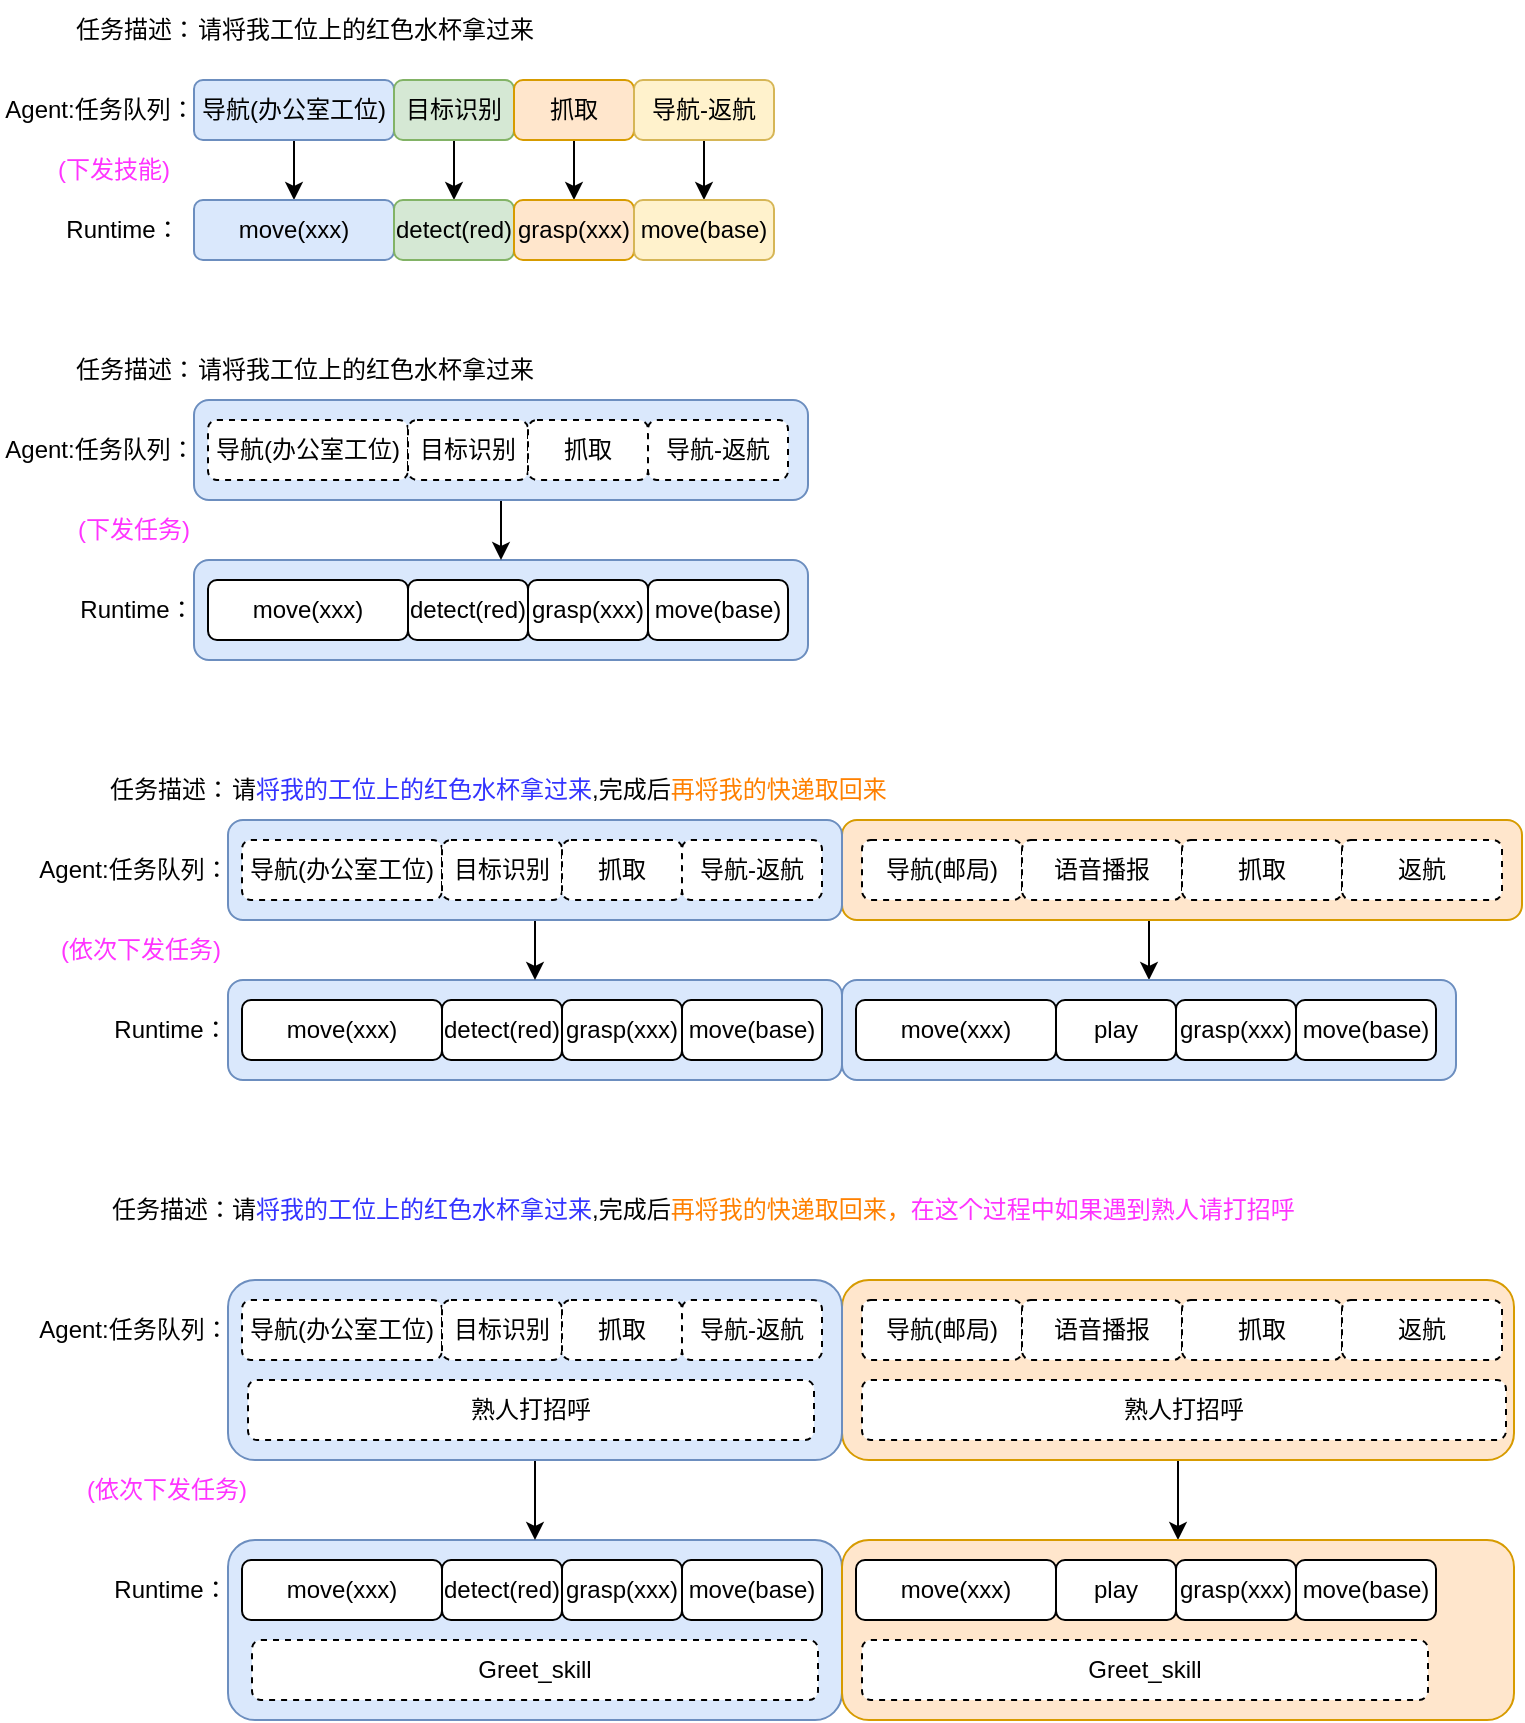
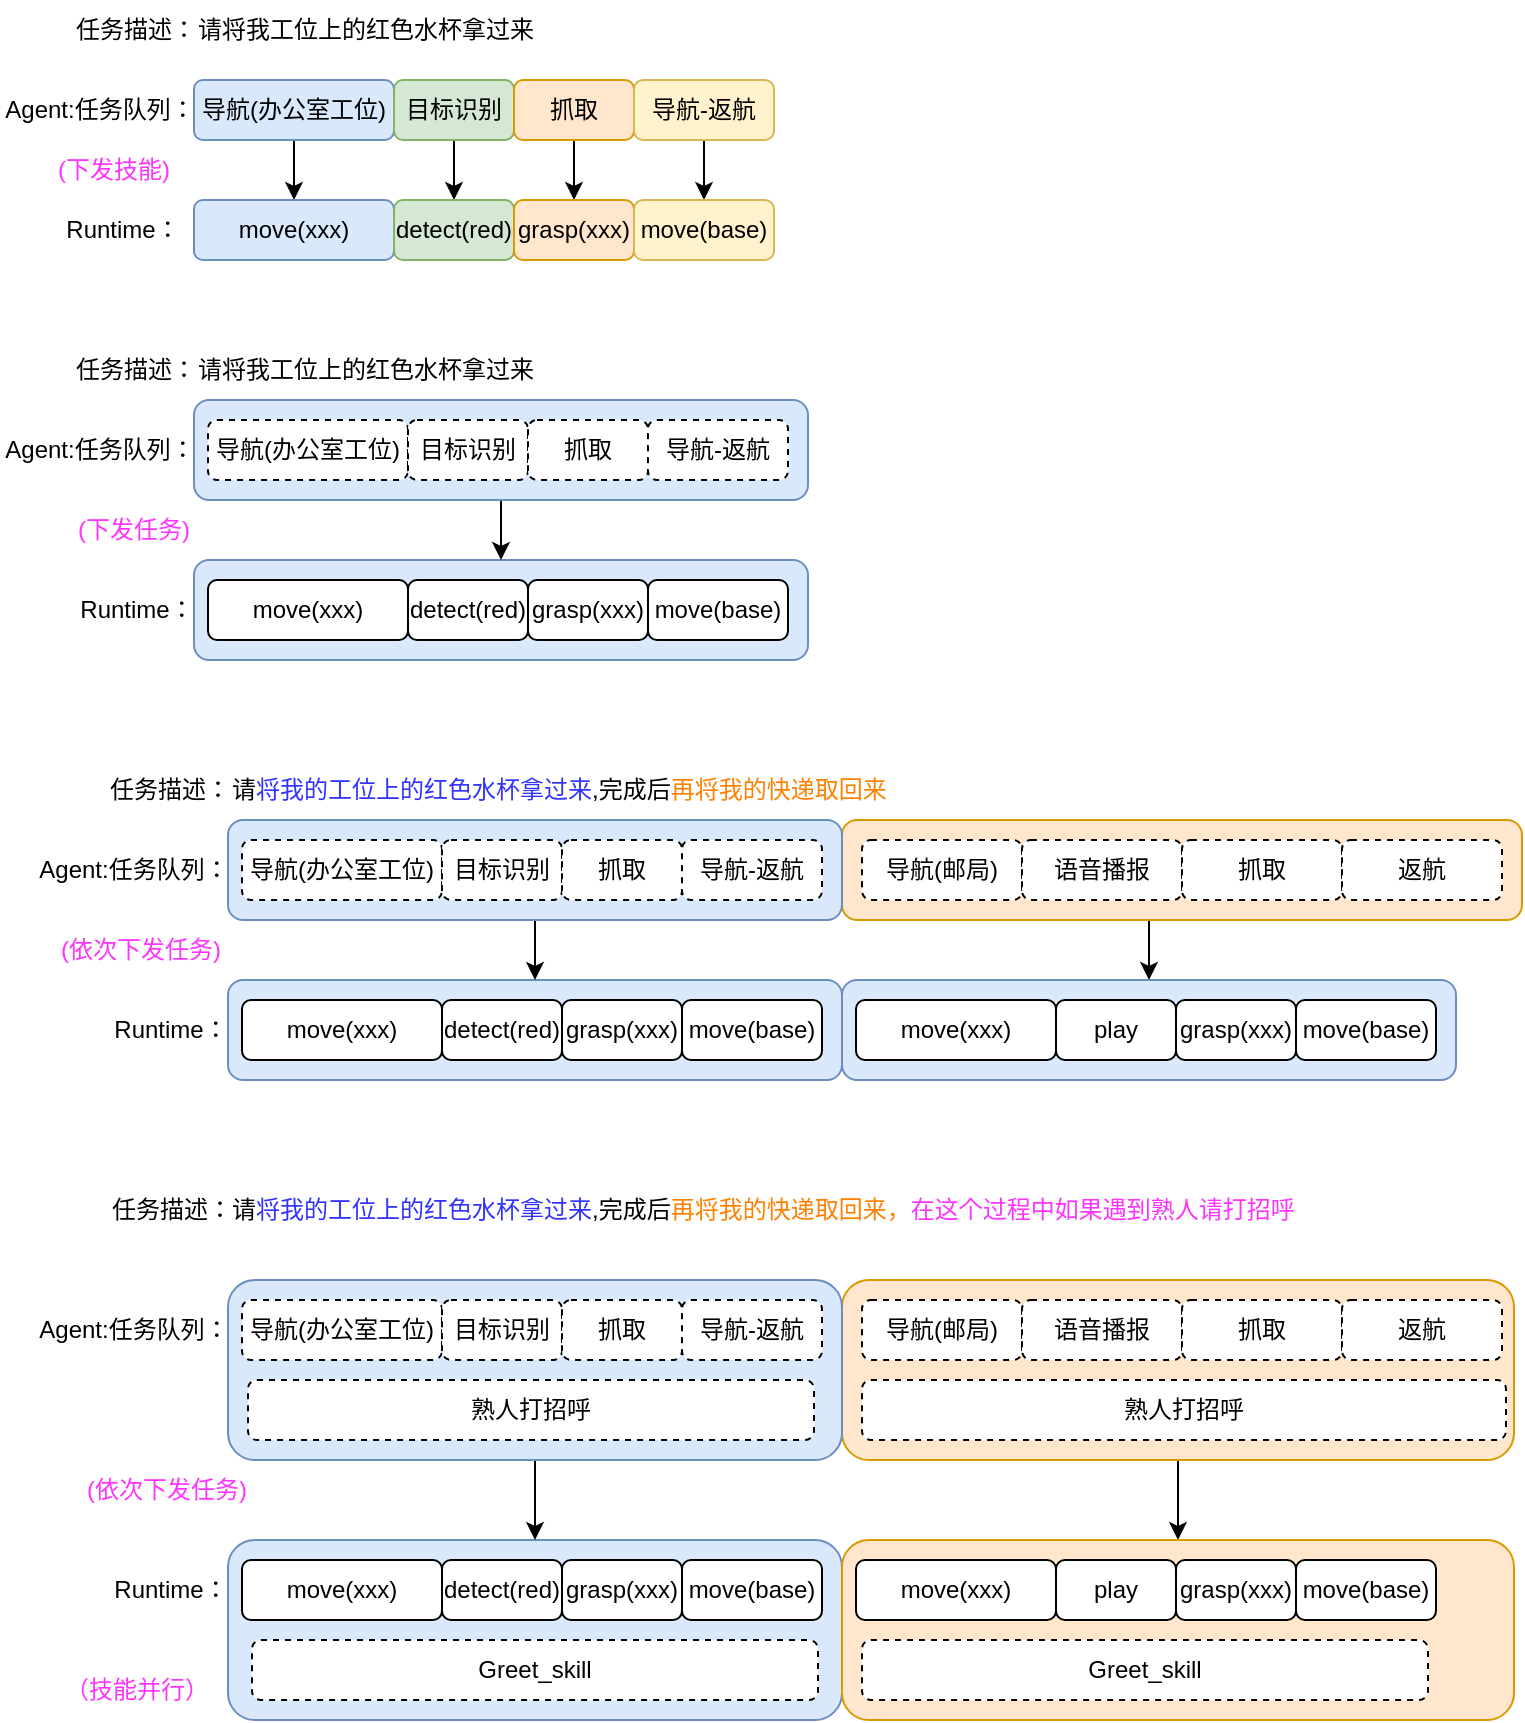
<mxfile host="app.diagrams.net">
  <diagram name="第 1 页" id="AqDmRzZVIJ-5uyctXJOA">
    <mxGraphModel dx="1120" dy="637" grid="1" gridSize="10" guides="1" tooltips="1" connect="1" arrows="1" fold="1" page="1" pageScale="1" pageWidth="2339" pageHeight="3300" math="0" shadow="0">
      <root>
        <mxCell id="0" />
        <mxCell id="1" parent="0" />
        <mxCell id="TX6EBbOIm9mCNyf-wsjQ-69" edge="1" parent="1" source="TX6EBbOIm9mCNyf-wsjQ-63" style="edgeStyle=orthogonalEdgeStyle;rounded=0;orthogonalLoop=1;jettySize=auto;html=1;exitX=0.5;exitY=1;exitDx=0;exitDy=0;entryX=0.5;entryY=0;entryDx=0;entryDy=0;" target="TX6EBbOIm9mCNyf-wsjQ-64">
          <mxGeometry relative="1" as="geometry" />
        </mxCell>
        <mxCell id="TX6EBbOIm9mCNyf-wsjQ-63" parent="1" style="rounded=1;whiteSpace=wrap;html=1;fillColor=#ffe6cc;strokeColor=#d79b00;" value="" vertex="1">
          <mxGeometry height="50" width="340" x="444" y="740" as="geometry" />
        </mxCell>
        <mxCell id="TX6EBbOIm9mCNyf-wsjQ-37" parent="1" style="rounded=1;whiteSpace=wrap;html=1;fillColor=#dae8fc;strokeColor=#6c8ebf;" value="" vertex="1">
          <mxGeometry height="50" width="307" x="120" y="610" as="geometry" />
        </mxCell>
        <mxCell id="TX6EBbOIm9mCNyf-wsjQ-38" edge="1" parent="1" source="TX6EBbOIm9mCNyf-wsjQ-36" style="edgeStyle=orthogonalEdgeStyle;rounded=0;orthogonalLoop=1;jettySize=auto;html=1;exitX=0.5;exitY=1;exitDx=0;exitDy=0;entryX=0.5;entryY=0;entryDx=0;entryDy=0;" target="TX6EBbOIm9mCNyf-wsjQ-37">
          <mxGeometry relative="1" as="geometry" />
        </mxCell>
        <mxCell id="TX6EBbOIm9mCNyf-wsjQ-36" parent="1" style="rounded=1;whiteSpace=wrap;html=1;fillColor=#dae8fc;strokeColor=#6c8ebf;" value="" vertex="1">
          <mxGeometry height="50" width="307" x="120" y="530" as="geometry" />
        </mxCell>
        <mxCell id="TX6EBbOIm9mCNyf-wsjQ-15" edge="1" parent="1" source="TX6EBbOIm9mCNyf-wsjQ-1" style="edgeStyle=orthogonalEdgeStyle;rounded=0;orthogonalLoop=1;jettySize=auto;html=1;exitX=0.5;exitY=1;exitDx=0;exitDy=0;entryX=0.5;entryY=0;entryDx=0;entryDy=0;" target="TX6EBbOIm9mCNyf-wsjQ-11">
          <mxGeometry relative="1" as="geometry" />
        </mxCell>
        <mxCell id="TX6EBbOIm9mCNyf-wsjQ-1" parent="1" style="rounded=1;whiteSpace=wrap;html=1;fillColor=#dae8fc;strokeColor=#6c8ebf;" value="导航(办公室工位)" vertex="1">
          <mxGeometry height="30" width="100" x="120" y="370" as="geometry" />
        </mxCell>
        <mxCell id="TX6EBbOIm9mCNyf-wsjQ-2" parent="1" style="text;html=1;whiteSpace=wrap;strokeColor=none;fillColor=none;align=center;verticalAlign=middle;rounded=0;" value="Agent:任务队列：" vertex="1">
          <mxGeometry height="30" width="100" x="23" y="370" as="geometry" />
        </mxCell>
        <mxCell id="TX6EBbOIm9mCNyf-wsjQ-3" parent="1" style="text;html=1;whiteSpace=wrap;strokeColor=none;fillColor=none;align=center;verticalAlign=middle;rounded=0;" value="任务描述：" vertex="1">
          <mxGeometry height="30" width="70" x="56" y="330" as="geometry" />
        </mxCell>
        <mxCell id="TX6EBbOIm9mCNyf-wsjQ-4" parent="1" style="text;html=1;whiteSpace=wrap;strokeColor=none;fillColor=none;align=left;verticalAlign=middle;rounded=0;" value="请将我工位上的红色水杯拿过来" vertex="1">
          <mxGeometry height="30" width="220" x="120" y="330" as="geometry" />
        </mxCell>
        <mxCell id="TX6EBbOIm9mCNyf-wsjQ-16" edge="1" parent="1" source="TX6EBbOIm9mCNyf-wsjQ-5" style="edgeStyle=orthogonalEdgeStyle;rounded=0;orthogonalLoop=1;jettySize=auto;html=1;exitX=0.5;exitY=1;exitDx=0;exitDy=0;entryX=0.5;entryY=0;entryDx=0;entryDy=0;" target="TX6EBbOIm9mCNyf-wsjQ-12">
          <mxGeometry relative="1" as="geometry" />
        </mxCell>
        <mxCell id="TX6EBbOIm9mCNyf-wsjQ-5" parent="1" style="rounded=1;whiteSpace=wrap;html=1;fillColor=#d5e8d4;strokeColor=#82b366;" value="目标识别" vertex="1">
          <mxGeometry height="30" width="60" x="220" y="370" as="geometry" />
        </mxCell>
        <mxCell id="TX6EBbOIm9mCNyf-wsjQ-17" edge="1" parent="1" source="TX6EBbOIm9mCNyf-wsjQ-6" style="edgeStyle=orthogonalEdgeStyle;rounded=0;orthogonalLoop=1;jettySize=auto;html=1;exitX=0.5;exitY=1;exitDx=0;exitDy=0;entryX=0.5;entryY=0;entryDx=0;entryDy=0;" target="TX6EBbOIm9mCNyf-wsjQ-13">
          <mxGeometry relative="1" as="geometry" />
        </mxCell>
        <mxCell id="TX6EBbOIm9mCNyf-wsjQ-6" parent="1" style="rounded=1;whiteSpace=wrap;html=1;fillColor=#ffe6cc;strokeColor=#d79b00;" value="抓取" vertex="1">
          <mxGeometry height="30" width="60" x="280" y="370" as="geometry" />
        </mxCell>
        <mxCell id="TX6EBbOIm9mCNyf-wsjQ-18" edge="1" parent="1" source="TX6EBbOIm9mCNyf-wsjQ-7" style="edgeStyle=orthogonalEdgeStyle;rounded=0;orthogonalLoop=1;jettySize=auto;html=1;exitX=0.5;exitY=1;exitDx=0;exitDy=0;entryX=0.5;entryY=0;entryDx=0;entryDy=0;" target="TX6EBbOIm9mCNyf-wsjQ-14">
          <mxGeometry relative="1" as="geometry" />
        </mxCell>
        <mxCell id="TX6EBbOIm9mCNyf-wsjQ-7" parent="1" style="rounded=1;whiteSpace=wrap;html=1;fillColor=#fff2cc;strokeColor=#d6b656;" value="导航-返航" vertex="1">
          <mxGeometry height="30" width="70" x="340" y="370" as="geometry" />
        </mxCell>
        <mxCell id="TX6EBbOIm9mCNyf-wsjQ-8" parent="1" style="text;html=1;whiteSpace=wrap;strokeColor=none;fillColor=none;align=center;verticalAlign=middle;rounded=0;" value="Runtime：" vertex="1">
          <mxGeometry height="30" width="57" x="56" y="430" as="geometry" />
        </mxCell>
        <mxCell id="TX6EBbOIm9mCNyf-wsjQ-11" parent="1" style="rounded=1;whiteSpace=wrap;html=1;fillColor=#dae8fc;strokeColor=#6c8ebf;" value="move(xxx)" vertex="1">
          <mxGeometry height="30" width="100" x="120" y="430" as="geometry" />
        </mxCell>
        <mxCell id="TX6EBbOIm9mCNyf-wsjQ-12" parent="1" style="rounded=1;whiteSpace=wrap;html=1;fillColor=#d5e8d4;strokeColor=#82b366;" value="detect(red)" vertex="1">
          <mxGeometry height="30" width="60" x="220" y="430" as="geometry" />
        </mxCell>
        <mxCell id="TX6EBbOIm9mCNyf-wsjQ-13" parent="1" style="rounded=1;whiteSpace=wrap;html=1;fillColor=#ffe6cc;strokeColor=#d79b00;" value="grasp(xxx)" vertex="1">
          <mxGeometry height="30" width="60" x="280" y="430" as="geometry" />
        </mxCell>
        <mxCell id="TX6EBbOIm9mCNyf-wsjQ-14" parent="1" style="rounded=1;whiteSpace=wrap;html=1;fillColor=#fff2cc;strokeColor=#d6b656;" value="move(base)" vertex="1">
          <mxGeometry height="30" width="70" x="340" y="430" as="geometry" />
        </mxCell>
        <mxCell id="TX6EBbOIm9mCNyf-wsjQ-19" parent="1" style="text;html=1;whiteSpace=wrap;strokeColor=none;fillColor=none;align=left;verticalAlign=middle;rounded=0;" value="请将我工位上的红色水杯拿过来" vertex="1">
          <mxGeometry height="30" width="220" x="120" y="500" as="geometry" />
        </mxCell>
        <mxCell id="TX6EBbOIm9mCNyf-wsjQ-20" parent="1" style="text;html=1;whiteSpace=wrap;strokeColor=none;fillColor=none;align=center;verticalAlign=middle;rounded=0;" value="任务描述：" vertex="1">
          <mxGeometry height="30" width="70" x="56" y="500" as="geometry" />
        </mxCell>
        <mxCell id="TX6EBbOIm9mCNyf-wsjQ-22" parent="1" style="rounded=1;whiteSpace=wrap;html=1;dashed=1;" value="导航(办公室工位)" vertex="1">
          <mxGeometry height="30" width="100" x="127" y="540" as="geometry" />
        </mxCell>
        <mxCell id="TX6EBbOIm9mCNyf-wsjQ-23" parent="1" style="text;html=1;whiteSpace=wrap;strokeColor=none;fillColor=none;align=center;verticalAlign=middle;rounded=0;" value="Agent:任务队列：" vertex="1">
          <mxGeometry height="30" width="100" x="23" y="540" as="geometry" />
        </mxCell>
        <mxCell id="TX6EBbOIm9mCNyf-wsjQ-25" parent="1" style="rounded=1;whiteSpace=wrap;html=1;dashed=1;" value="目标识别" vertex="1">
          <mxGeometry height="30" width="60" x="227" y="540" as="geometry" />
        </mxCell>
        <mxCell id="TX6EBbOIm9mCNyf-wsjQ-27" parent="1" style="rounded=1;whiteSpace=wrap;html=1;dashed=1;" value="抓取" vertex="1">
          <mxGeometry height="30" width="60" x="287" y="540" as="geometry" />
        </mxCell>
        <mxCell id="TX6EBbOIm9mCNyf-wsjQ-29" parent="1" style="rounded=1;whiteSpace=wrap;html=1;dashed=1;" value="导航-返航" vertex="1">
          <mxGeometry height="30" width="70" x="347" y="540" as="geometry" />
        </mxCell>
        <mxCell id="TX6EBbOIm9mCNyf-wsjQ-30" parent="1" style="text;html=1;whiteSpace=wrap;strokeColor=none;fillColor=none;align=center;verticalAlign=middle;rounded=0;" value="Runtime：" vertex="1">
          <mxGeometry height="30" width="57" x="62.5" y="620" as="geometry" />
        </mxCell>
        <mxCell id="TX6EBbOIm9mCNyf-wsjQ-31" parent="1" style="rounded=1;whiteSpace=wrap;html=1;" value="move(xxx)" vertex="1">
          <mxGeometry height="30" width="100" x="127" y="620" as="geometry" />
        </mxCell>
        <mxCell id="TX6EBbOIm9mCNyf-wsjQ-32" parent="1" style="rounded=1;whiteSpace=wrap;html=1;" value="detect(red)" vertex="1">
          <mxGeometry height="30" width="60" x="227" y="620" as="geometry" />
        </mxCell>
        <mxCell id="TX6EBbOIm9mCNyf-wsjQ-33" parent="1" style="rounded=1;whiteSpace=wrap;html=1;" value="grasp(xxx)" vertex="1">
          <mxGeometry height="30" width="60" x="287" y="620" as="geometry" />
        </mxCell>
        <mxCell id="TX6EBbOIm9mCNyf-wsjQ-34" parent="1" style="rounded=1;whiteSpace=wrap;html=1;" value="move(base)" vertex="1">
          <mxGeometry height="30" width="70" x="347" y="620" as="geometry" />
        </mxCell>
        <mxCell id="TX6EBbOIm9mCNyf-wsjQ-35" parent="1" style="text;html=1;whiteSpace=wrap;strokeColor=none;fillColor=none;align=center;verticalAlign=middle;rounded=0;fontColor=#FF33FF;" value="(下发技能)" vertex="1">
          <mxGeometry height="30" width="60" x="50" y="400" as="geometry" />
        </mxCell>
        <mxCell id="TX6EBbOIm9mCNyf-wsjQ-39" parent="1" style="text;html=1;whiteSpace=wrap;strokeColor=none;fillColor=none;align=center;verticalAlign=middle;rounded=0;fontColor=#FF33FF;" value="(下发任务)" vertex="1">
          <mxGeometry height="30" width="60" x="59.5" y="580" as="geometry" />
        </mxCell>
        <mxCell id="TX6EBbOIm9mCNyf-wsjQ-40" parent="1" style="rounded=1;whiteSpace=wrap;html=1;fillColor=#dae8fc;strokeColor=#6c8ebf;" value="" vertex="1">
          <mxGeometry height="50" width="307" x="137" y="820" as="geometry" />
        </mxCell>
        <mxCell id="TX6EBbOIm9mCNyf-wsjQ-41" edge="1" parent="1" source="TX6EBbOIm9mCNyf-wsjQ-42" style="edgeStyle=orthogonalEdgeStyle;rounded=0;orthogonalLoop=1;jettySize=auto;html=1;exitX=0.5;exitY=1;exitDx=0;exitDy=0;entryX=0.5;entryY=0;entryDx=0;entryDy=0;" target="TX6EBbOIm9mCNyf-wsjQ-40">
          <mxGeometry relative="1" as="geometry" />
        </mxCell>
        <mxCell id="TX6EBbOIm9mCNyf-wsjQ-42" parent="1" style="rounded=1;whiteSpace=wrap;html=1;fillColor=#dae8fc;strokeColor=#6c8ebf;" value="" vertex="1">
          <mxGeometry height="50" width="307" x="137" y="740" as="geometry" />
        </mxCell>
        <mxCell id="TX6EBbOIm9mCNyf-wsjQ-43" parent="1" style="text;html=1;whiteSpace=wrap;strokeColor=none;fillColor=none;align=left;verticalAlign=middle;rounded=0;" value="请&lt;font style=&quot;color: rgb(51, 51, 255);&quot;&gt;将我的工位上的红色水杯拿过来&lt;/font&gt;,完成后&lt;font style=&quot;color: rgb(255, 128, 0);&quot;&gt;再将我的快递取回来&lt;/font&gt;" vertex="1">
          <mxGeometry height="30" width="373" x="137" y="710" as="geometry" />
        </mxCell>
        <mxCell id="TX6EBbOIm9mCNyf-wsjQ-44" parent="1" style="text;html=1;whiteSpace=wrap;strokeColor=none;fillColor=none;align=center;verticalAlign=middle;rounded=0;" value="任务描述：" vertex="1">
          <mxGeometry height="30" width="70" x="73" y="710" as="geometry" />
        </mxCell>
        <mxCell id="TX6EBbOIm9mCNyf-wsjQ-45" parent="1" style="rounded=1;whiteSpace=wrap;html=1;dashed=1;" value="导航(办公室工位)" vertex="1">
          <mxGeometry height="30" width="100" x="144" y="750" as="geometry" />
        </mxCell>
        <mxCell id="TX6EBbOIm9mCNyf-wsjQ-46" parent="1" style="text;html=1;whiteSpace=wrap;strokeColor=none;fillColor=none;align=center;verticalAlign=middle;rounded=0;" value="Agent:任务队列：" vertex="1">
          <mxGeometry height="30" width="100" x="40" y="750" as="geometry" />
        </mxCell>
        <mxCell id="TX6EBbOIm9mCNyf-wsjQ-47" parent="1" style="rounded=1;whiteSpace=wrap;html=1;dashed=1;" value="目标识别" vertex="1">
          <mxGeometry height="30" width="60" x="244" y="750" as="geometry" />
        </mxCell>
        <mxCell id="TX6EBbOIm9mCNyf-wsjQ-48" parent="1" style="rounded=1;whiteSpace=wrap;html=1;dashed=1;" value="抓取" vertex="1">
          <mxGeometry height="30" width="60" x="304" y="750" as="geometry" />
        </mxCell>
        <mxCell id="TX6EBbOIm9mCNyf-wsjQ-49" parent="1" style="rounded=1;whiteSpace=wrap;html=1;dashed=1;" value="导航-返航" vertex="1">
          <mxGeometry height="30" width="70" x="364" y="750" as="geometry" />
        </mxCell>
        <mxCell id="TX6EBbOIm9mCNyf-wsjQ-50" parent="1" style="text;html=1;whiteSpace=wrap;strokeColor=none;fillColor=none;align=center;verticalAlign=middle;rounded=0;" value="Runtime：" vertex="1">
          <mxGeometry height="30" width="57" x="79.5" y="830" as="geometry" />
        </mxCell>
        <mxCell id="TX6EBbOIm9mCNyf-wsjQ-51" parent="1" style="rounded=1;whiteSpace=wrap;html=1;" value="move(xxx)" vertex="1">
          <mxGeometry height="30" width="100" x="144" y="830" as="geometry" />
        </mxCell>
        <mxCell id="TX6EBbOIm9mCNyf-wsjQ-52" parent="1" style="rounded=1;whiteSpace=wrap;html=1;" value="detect(red)" vertex="1">
          <mxGeometry height="30" width="60" x="244" y="830" as="geometry" />
        </mxCell>
        <mxCell id="TX6EBbOIm9mCNyf-wsjQ-53" parent="1" style="rounded=1;whiteSpace=wrap;html=1;" value="grasp(xxx)" vertex="1">
          <mxGeometry height="30" width="60" x="304" y="830" as="geometry" />
        </mxCell>
        <mxCell id="TX6EBbOIm9mCNyf-wsjQ-54" parent="1" style="rounded=1;whiteSpace=wrap;html=1;" value="move(base)" vertex="1">
          <mxGeometry height="30" width="70" x="364" y="830" as="geometry" />
        </mxCell>
        <mxCell id="TX6EBbOIm9mCNyf-wsjQ-55" parent="1" style="text;html=1;whiteSpace=wrap;strokeColor=none;fillColor=none;align=center;verticalAlign=middle;rounded=0;fontColor=#FF33FF;" value="(依次下发任务)" vertex="1">
          <mxGeometry height="30" width="86.5" x="50" y="790" as="geometry" />
        </mxCell>
        <mxCell id="TX6EBbOIm9mCNyf-wsjQ-56" parent="1" style="rounded=1;whiteSpace=wrap;html=1;dashed=1;" value="导航(邮局)" vertex="1">
          <mxGeometry height="30" width="80" x="454" y="750" as="geometry" />
        </mxCell>
        <mxCell id="TX6EBbOIm9mCNyf-wsjQ-60" parent="1" style="rounded=1;whiteSpace=wrap;html=1;dashed=1;" value="语音播报" vertex="1">
          <mxGeometry height="30" width="80" x="534" y="750" as="geometry" />
        </mxCell>
        <mxCell id="TX6EBbOIm9mCNyf-wsjQ-61" parent="1" style="rounded=1;whiteSpace=wrap;html=1;dashed=1;" value="抓取" vertex="1">
          <mxGeometry height="30" width="80" x="614" y="750" as="geometry" />
        </mxCell>
        <mxCell id="TX6EBbOIm9mCNyf-wsjQ-62" parent="1" style="rounded=1;whiteSpace=wrap;html=1;dashed=1;" value="返航" vertex="1">
          <mxGeometry height="30" width="80" x="694" y="750" as="geometry" />
        </mxCell>
        <mxCell id="TX6EBbOIm9mCNyf-wsjQ-64" parent="1" style="rounded=1;whiteSpace=wrap;html=1;fillColor=#dae8fc;strokeColor=#6c8ebf;" value="" vertex="1">
          <mxGeometry height="50" width="307" x="444" y="820" as="geometry" />
        </mxCell>
        <mxCell id="TX6EBbOIm9mCNyf-wsjQ-65" parent="1" style="rounded=1;whiteSpace=wrap;html=1;" value="move(xxx)" vertex="1">
          <mxGeometry height="30" width="100" x="451" y="830" as="geometry" />
        </mxCell>
        <mxCell id="TX6EBbOIm9mCNyf-wsjQ-66" parent="1" style="rounded=1;whiteSpace=wrap;html=1;" value="play" vertex="1">
          <mxGeometry height="30" width="60" x="551" y="830" as="geometry" />
        </mxCell>
        <mxCell id="TX6EBbOIm9mCNyf-wsjQ-67" parent="1" style="rounded=1;whiteSpace=wrap;html=1;" value="grasp(xxx)" vertex="1">
          <mxGeometry height="30" width="60" x="611" y="830" as="geometry" />
        </mxCell>
        <mxCell id="TX6EBbOIm9mCNyf-wsjQ-68" parent="1" style="rounded=1;whiteSpace=wrap;html=1;" value="move(base)" vertex="1">
          <mxGeometry height="30" width="70" x="671" y="830" as="geometry" />
        </mxCell>
        <mxCell id="TX6EBbOIm9mCNyf-wsjQ-70" parent="1" style="text;html=1;whiteSpace=wrap;strokeColor=none;fillColor=none;align=left;verticalAlign=middle;rounded=0;" value="请&lt;font style=&quot;color: rgb(51, 51, 255);&quot;&gt;将我的工位上的红色水杯拿过来&lt;/font&gt;,完成后&lt;font style=&quot;color: rgb(255, 128, 0);&quot;&gt;再将我的快递取回来，&lt;/font&gt;&lt;font style=&quot;color: rgb(255, 51, 255);&quot;&gt;在这个过程中如果遇到熟人请打招呼&lt;/font&gt;" vertex="1">
          <mxGeometry height="30" width="583" x="137" y="920" as="geometry" />
        </mxCell>
        <mxCell id="TX6EBbOIm9mCNyf-wsjQ-71" parent="1" style="text;html=1;whiteSpace=wrap;strokeColor=none;fillColor=none;align=center;verticalAlign=middle;rounded=0;" value="任务描述：" vertex="1">
          <mxGeometry height="30" width="70" x="74" y="920" as="geometry" />
        </mxCell>
        <mxCell id="TX6EBbOIm9mCNyf-wsjQ-104" edge="1" parent="1" source="TX6EBbOIm9mCNyf-wsjQ-73" style="edgeStyle=orthogonalEdgeStyle;rounded=0;orthogonalLoop=1;jettySize=auto;html=1;exitX=0.5;exitY=1;exitDx=0;exitDy=0;entryX=0.5;entryY=0;entryDx=0;entryDy=0;" target="TX6EBbOIm9mCNyf-wsjQ-94">
          <mxGeometry relative="1" as="geometry" />
        </mxCell>
        <mxCell id="TX6EBbOIm9mCNyf-wsjQ-73" parent="1" style="rounded=1;whiteSpace=wrap;html=1;fillColor=#ffe6cc;strokeColor=#d79b00;" value="" vertex="1">
          <mxGeometry height="90" width="336" x="444" y="970" as="geometry" />
        </mxCell>
        <mxCell id="TX6EBbOIm9mCNyf-wsjQ-74" parent="1" style="rounded=1;whiteSpace=wrap;html=1;fillColor=#dae8fc;strokeColor=#6c8ebf;" value="" vertex="1">
          <mxGeometry height="90" width="307" x="137" y="1100" as="geometry" />
        </mxCell>
        <mxCell id="TX6EBbOIm9mCNyf-wsjQ-103" edge="1" parent="1" source="TX6EBbOIm9mCNyf-wsjQ-76" style="edgeStyle=orthogonalEdgeStyle;rounded=0;orthogonalLoop=1;jettySize=auto;html=1;exitX=0.5;exitY=1;exitDx=0;exitDy=0;entryX=0.5;entryY=0;entryDx=0;entryDy=0;" target="TX6EBbOIm9mCNyf-wsjQ-74">
          <mxGeometry relative="1" as="geometry" />
        </mxCell>
        <mxCell id="TX6EBbOIm9mCNyf-wsjQ-76" parent="1" style="rounded=1;whiteSpace=wrap;html=1;fillColor=#dae8fc;strokeColor=#6c8ebf;" value="" vertex="1">
          <mxGeometry height="90" width="307" x="137" y="970" as="geometry" />
        </mxCell>
        <mxCell id="TX6EBbOIm9mCNyf-wsjQ-79" parent="1" style="rounded=1;whiteSpace=wrap;html=1;dashed=1;" value="导航(办公室工位)" vertex="1">
          <mxGeometry height="30" width="100" x="144" y="980" as="geometry" />
        </mxCell>
        <mxCell id="TX6EBbOIm9mCNyf-wsjQ-80" parent="1" style="text;html=1;whiteSpace=wrap;strokeColor=none;fillColor=none;align=center;verticalAlign=middle;rounded=0;" value="Agent:任务队列：" vertex="1">
          <mxGeometry height="30" width="100" x="40" y="980" as="geometry" />
        </mxCell>
        <mxCell id="TX6EBbOIm9mCNyf-wsjQ-81" parent="1" style="rounded=1;whiteSpace=wrap;html=1;dashed=1;" value="目标识别" vertex="1">
          <mxGeometry height="30" width="60" x="244" y="980" as="geometry" />
        </mxCell>
        <mxCell id="TX6EBbOIm9mCNyf-wsjQ-82" parent="1" style="rounded=1;whiteSpace=wrap;html=1;dashed=1;" value="抓取" vertex="1">
          <mxGeometry height="30" width="60" x="304" y="980" as="geometry" />
        </mxCell>
        <mxCell id="TX6EBbOIm9mCNyf-wsjQ-83" parent="1" style="rounded=1;whiteSpace=wrap;html=1;dashed=1;" value="导航-返航" vertex="1">
          <mxGeometry height="30" width="70" x="364" y="980" as="geometry" />
        </mxCell>
        <mxCell id="TX6EBbOIm9mCNyf-wsjQ-84" parent="1" style="text;html=1;whiteSpace=wrap;strokeColor=none;fillColor=none;align=center;verticalAlign=middle;rounded=0;" value="Runtime：" vertex="1">
          <mxGeometry height="30" width="57" x="79.5" y="1110" as="geometry" />
        </mxCell>
        <mxCell id="TX6EBbOIm9mCNyf-wsjQ-85" parent="1" style="rounded=1;whiteSpace=wrap;html=1;" value="move(xxx)" vertex="1">
          <mxGeometry height="30" width="100" x="144" y="1110" as="geometry" />
        </mxCell>
        <mxCell id="TX6EBbOIm9mCNyf-wsjQ-86" parent="1" style="rounded=1;whiteSpace=wrap;html=1;" value="detect(red)" vertex="1">
          <mxGeometry height="30" width="60" x="244" y="1110" as="geometry" />
        </mxCell>
        <mxCell id="TX6EBbOIm9mCNyf-wsjQ-87" parent="1" style="rounded=1;whiteSpace=wrap;html=1;" value="grasp(xxx)" vertex="1">
          <mxGeometry height="30" width="60" x="304" y="1110" as="geometry" />
        </mxCell>
        <mxCell id="TX6EBbOIm9mCNyf-wsjQ-88" parent="1" style="rounded=1;whiteSpace=wrap;html=1;" value="move(base)" vertex="1">
          <mxGeometry height="30" width="70" x="364" y="1110" as="geometry" />
        </mxCell>
        <mxCell id="TX6EBbOIm9mCNyf-wsjQ-89" parent="1" style="text;html=1;whiteSpace=wrap;strokeColor=none;fillColor=none;align=center;verticalAlign=middle;rounded=0;fontColor=#FF33FF;" value="(依次下发任务)" vertex="1">
          <mxGeometry height="30" width="86.5" x="62.5" y="1060" as="geometry" />
        </mxCell>
        <mxCell id="TX6EBbOIm9mCNyf-wsjQ-90" parent="1" style="rounded=1;whiteSpace=wrap;html=1;dashed=1;" value="导航(邮局)" vertex="1">
          <mxGeometry height="30" width="80" x="454" y="980" as="geometry" />
        </mxCell>
        <mxCell id="TX6EBbOIm9mCNyf-wsjQ-91" parent="1" style="rounded=1;whiteSpace=wrap;html=1;dashed=1;" value="语音播报" vertex="1">
          <mxGeometry height="30" width="80" x="534" y="980" as="geometry" />
        </mxCell>
        <mxCell id="TX6EBbOIm9mCNyf-wsjQ-92" parent="1" style="rounded=1;whiteSpace=wrap;html=1;dashed=1;" value="抓取" vertex="1">
          <mxGeometry height="30" width="80" x="614" y="980" as="geometry" />
        </mxCell>
        <mxCell id="TX6EBbOIm9mCNyf-wsjQ-93" parent="1" style="rounded=1;whiteSpace=wrap;html=1;dashed=1;" value="返航" vertex="1">
          <mxGeometry height="30" width="80" x="694" y="980" as="geometry" />
        </mxCell>
        <mxCell id="TX6EBbOIm9mCNyf-wsjQ-94" parent="1" style="rounded=1;whiteSpace=wrap;html=1;fillColor=#ffe6cc;strokeColor=#d79b00;" value="" vertex="1">
          <mxGeometry height="90" width="336" x="444" y="1100" as="geometry" />
        </mxCell>
        <mxCell id="TX6EBbOIm9mCNyf-wsjQ-95" parent="1" style="rounded=1;whiteSpace=wrap;html=1;" value="move(xxx)" vertex="1">
          <mxGeometry height="30" width="100" x="451" y="1110" as="geometry" />
        </mxCell>
        <mxCell id="TX6EBbOIm9mCNyf-wsjQ-96" parent="1" style="rounded=1;whiteSpace=wrap;html=1;" value="play" vertex="1">
          <mxGeometry height="30" width="60" x="551" y="1110" as="geometry" />
        </mxCell>
        <mxCell id="TX6EBbOIm9mCNyf-wsjQ-97" parent="1" style="rounded=1;whiteSpace=wrap;html=1;" value="grasp(xxx)" vertex="1">
          <mxGeometry height="30" width="60" x="611" y="1110" as="geometry" />
        </mxCell>
        <mxCell id="TX6EBbOIm9mCNyf-wsjQ-98" parent="1" style="rounded=1;whiteSpace=wrap;html=1;" value="move(base)" vertex="1">
          <mxGeometry height="30" width="70" x="671" y="1110" as="geometry" />
        </mxCell>
        <mxCell id="TX6EBbOIm9mCNyf-wsjQ-99" parent="1" style="rounded=1;whiteSpace=wrap;html=1;dashed=1;" value="熟人打招呼" vertex="1">
          <mxGeometry height="30" width="283" x="147" y="1020" as="geometry" />
        </mxCell>
        <mxCell id="TX6EBbOIm9mCNyf-wsjQ-100" parent="1" style="rounded=1;whiteSpace=wrap;html=1;dashed=1;" value="熟人打招呼" vertex="1">
          <mxGeometry height="30" width="322" x="454" y="1020" as="geometry" />
        </mxCell>
        <mxCell id="TX6EBbOIm9mCNyf-wsjQ-101" parent="1" style="rounded=1;whiteSpace=wrap;html=1;dashed=1;" value="Greet_skill" vertex="1">
          <mxGeometry height="30" width="283" x="149" y="1150" as="geometry" />
        </mxCell>
        <mxCell id="TX6EBbOIm9mCNyf-wsjQ-102" parent="1" style="rounded=1;whiteSpace=wrap;html=1;dashed=1;" value="Greet_skill" vertex="1">
          <mxGeometry height="30" width="283" x="454" y="1150" as="geometry" />
        </mxCell>
+         <mxCell id="TX6EBbOIm9mCNyf-wsjQ-105" parent="1" style="text;html=1;whiteSpace=wrap;strokeColor=none;fillColor=none;align=center;verticalAlign=middle;rounded=0;fontColor=#FF33FF;" value="（技能并行）" vertex="1">
+           <mxGeometry height="30" width="86.5" x="47.75" y="1160" as="geometry" />
+         </mxCell>
      </root>
    </mxGraphModel>
  </diagram>
</mxfile>
